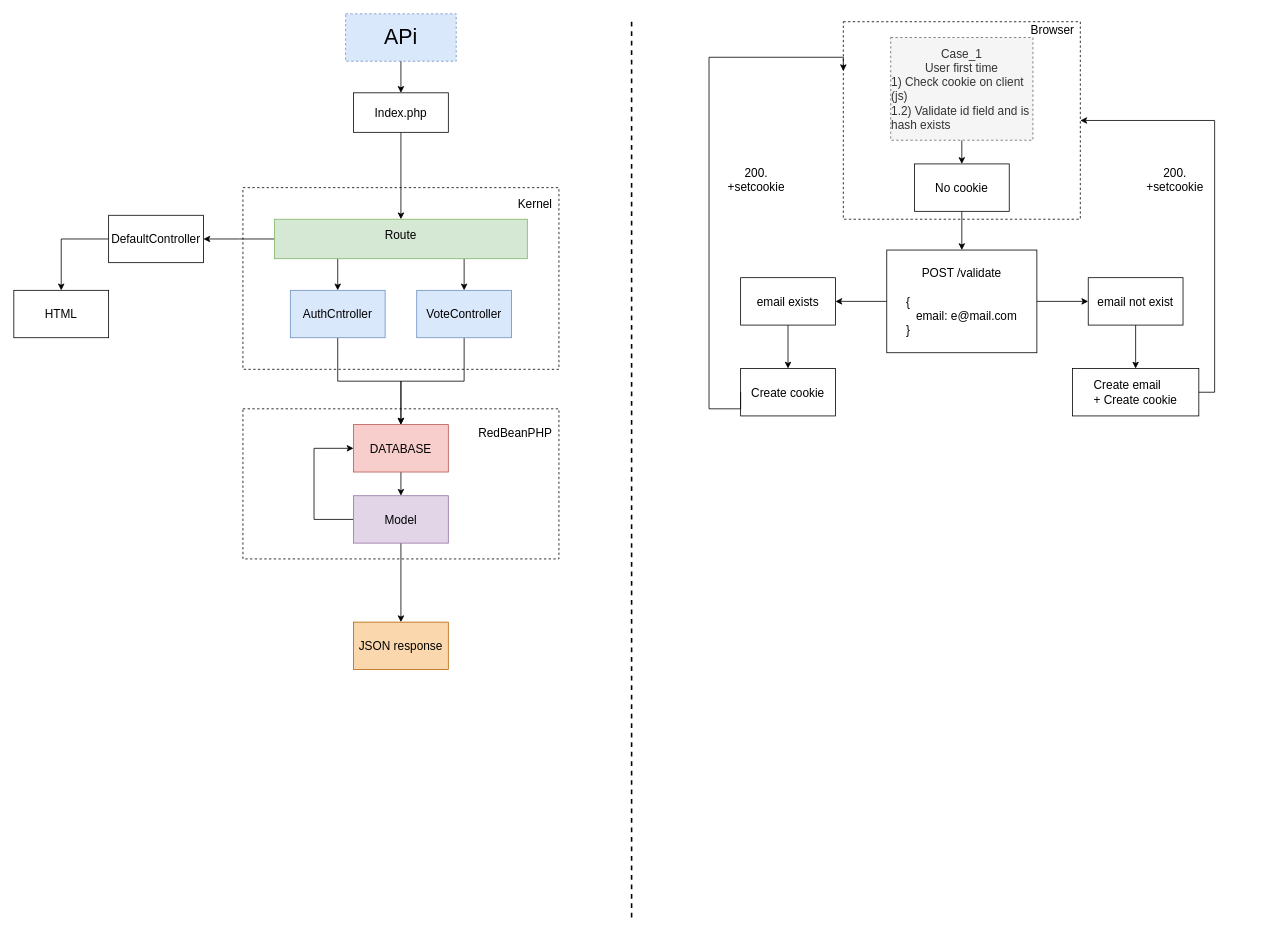
Before: doc/scheme.drawio in kirillzavorotni/cocktailvote, a draw.io diagram. Source tidied: cells renumbered, new cells numbered last; positions are measured from the earlier drawing's top-left corner, leaving out a move shared by most shapes. Both pictures are drawn from the tidied source at 79%, with x=0, y=0 at pixel (13, 13).
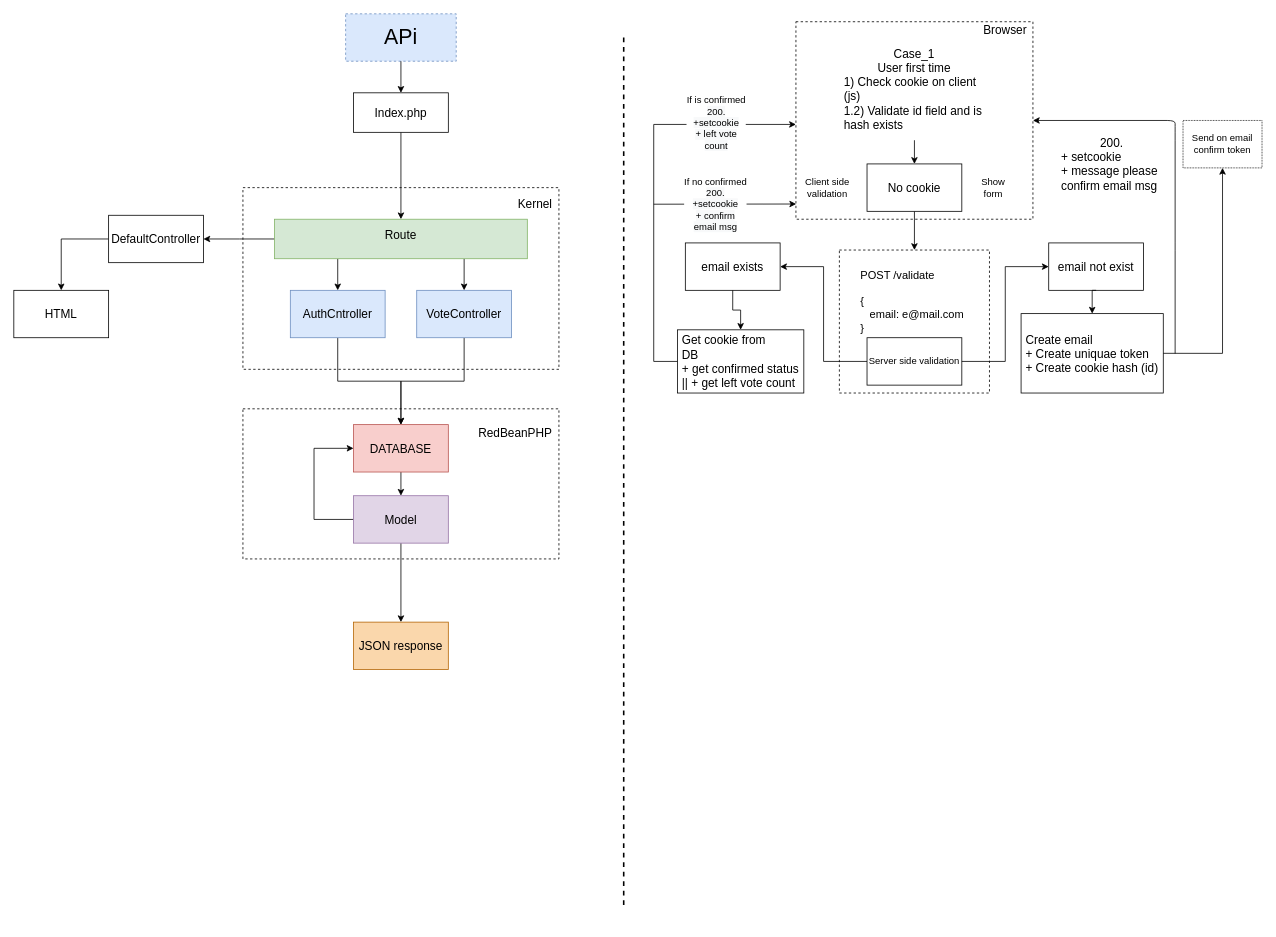
Above is the later version.

Commit message:
change scheme no cookie

Diff of the diagram source:
```diff
@@
+    <mxCell id="40" style="rounded=0;whiteSpace=wrap;html=1;strokeWidth=1;fillColor=none;fontSize=15;dashed=1;" parent="1" vertex="1">
+      <mxGeometry x="1045" y="299" width="190" height="181" as="geometry" />
+    </mxCell>
+    <mxCell id="52" style="edgeStyle=orthogonalEdgeStyle;rounded=0;jettySize=auto;html=1;entryX=0;entryY=0.5;entryDx=0;entryDy=0;" parent="1" edge="1" source="53" target="44">
+      <mxGeometry relative="1" as="geometry" />
+    </mxCell>
+    <mxCell id="53" value="&lt;span style=&quot;white-space: normal&quot;&gt;Server side validation&lt;/span&gt;" style="rounded=0;whiteSpace=wrap;html=1;fillColor=none;" parent="1" vertex="1">
+      <mxGeometry x="1080" y="410" width="120" height="60" as="geometry" />
+    </mxCell>
     <mxCell id="2" style="rounded=0;whiteSpace=wrap;html=1;strokeWidth=1;fillColor=none;fontSize=15;dashed=1;" parent="1" vertex="1">
-      <mxGeometry x="1050" y="10" width="300" height="250" as="geometry" />
+      <mxGeometry x="990" y="10" width="300" height="250" as="geometry" />
     </mxCell>
@@
     <mxCell id="32" style="line;strokeWidth=2;direction=south;html=1;dashed=1;fillColor=#ffffff;fontSize=15;" parent="1" vertex="1">
-      <mxGeometry x="777" y="10" width="10" height="1140" as="geometry" />
+      <mxGeometry x="767" y="30" width="10" height="1100" as="geometry" />
     </mxCell>
@@
-    <mxCell id="34" value="Case_1&lt;br&gt;User&amp;nbsp;first time&lt;br&gt;&lt;div style=&quot;text-align: left&quot;&gt;&lt;span&gt;1) Check cookie on client (js)&lt;br&gt;1.2) V&lt;/span&gt;&lt;span&gt;alidate id field and is hash exists&lt;/span&gt;&lt;/div&gt;" style="text;html=1;strokeColor=#666666;fillColor=#f5f5f5;align=center;verticalAlign=middle;whiteSpace=wrap;rounded=0;dashed=1;fontSize=15;fontColor=#333333;" parent="1" vertex="1">
-      <mxGeometry x="1110" y="30" width="180" height="130" as="geometry" />
+    <mxCell id="34" value="Case_1&lt;br&gt;User&amp;nbsp;first time&lt;br&gt;&lt;div style=&quot;text-align: left&quot;&gt;&lt;span&gt;1) Check cookie on client (js)&lt;br&gt;1.2) V&lt;/span&gt;&lt;span&gt;alidate id field and is hash exists&lt;/span&gt;&lt;/div&gt;" style="text;html=1;align=center;verticalAlign=middle;whiteSpace=wrap;rounded=0;dashed=1;fontSize=15;fillColor=none;flipV=0;flipH=1;" parent="1" vertex="1">
+      <mxGeometry x="1050" y="30" width="180" height="130" as="geometry" />
     </mxCell>
@@
     <mxCell id="36" value="No cookie" style="rounded=0;whiteSpace=wrap;html=1;strokeWidth=1;fillColor=#ffffff;fontSize=15;" parent="1" vertex="1">
-      <mxGeometry x="1140" y="190" width="120" height="60" as="geometry" />
+      <mxGeometry x="1080" y="190" width="120" height="60" as="geometry" />
     </mxCell>
     <mxCell id="37" value="Browser" style="text;html=1;strokeColor=none;fillColor=none;align=center;verticalAlign=middle;whiteSpace=wrap;rounded=0;fontSize=15;" parent="1" vertex="1">
-      <mxGeometry x="1295" y="10" width="40" height="20" as="geometry" />
+      <mxGeometry x="1235" y="10" width="40" height="20" as="geometry" />
     </mxCell>
-    <mxCell id="38" style="edgeStyle=orthogonalEdgeStyle;rounded=0;jettySize=auto;html=1;exitX=0;exitY=0.5;exitDx=0;exitDy=0;entryX=1;entryY=0.5;entryDx=0;entryDy=0;fontSize=15;" parent="1" edge="1" source="40" target="42">
+    <mxCell id="38" style="edgeStyle=orthogonalEdgeStyle;rounded=0;jettySize=auto;html=1;exitX=0;exitY=0.5;exitDx=0;exitDy=0;entryX=1;entryY=0.5;entryDx=0;entryDy=0;fontSize=15;" parent="1" edge="1" source="53" target="42">
       <mxGeometry relative="1" as="geometry" />
     </mxCell>
-    <mxCell id="39" style="edgeStyle=orthogonalEdgeStyle;rounded=0;jettySize=auto;html=1;exitX=1;exitY=0.5;exitDx=0;exitDy=0;fontSize=15;" parent="1" edge="1" source="40" target="44">
-      <mxGeometry relative="1" as="geometry" />
-    </mxCell>
-    <mxCell id="40" value="POST /validate&lt;br&gt;&lt;br&gt;&lt;div style=&quot;text-align: left&quot;&gt;&lt;span&gt;{&lt;/span&gt;&lt;/div&gt;&lt;div style=&quot;text-align: left&quot;&gt;&lt;span&gt;&amp;nbsp; &amp;nbsp;email: e@mail.com&lt;/span&gt;&lt;/div&gt;&lt;div style=&quot;text-align: left&quot;&gt;&lt;span&gt;}&lt;br&gt;&lt;/span&gt;&lt;/div&gt;" style="rounded=0;whiteSpace=wrap;html=1;strokeWidth=1;fillColor=none;fontSize=15;" parent="1" vertex="1">
-      <mxGeometry x="1105" y="299" width="190" height="130" as="geometry" />
-    </mxCell>
@@
     <mxCell id="42" value="email exists" style="rounded=0;whiteSpace=wrap;html=1;strokeWidth=1;fillColor=none;fontSize=15;" parent="1" vertex="1">
-      <mxGeometry x="920" y="334" width="120" height="60" as="geometry" />
+      <mxGeometry x="850" y="290" width="120" height="60" as="geometry" />
     </mxCell>
@@
     <mxCell id="44" value="email not exist" style="rounded=0;whiteSpace=wrap;html=1;strokeWidth=1;fillColor=none;fontSize=15;" parent="1" vertex="1">
-      <mxGeometry x="1360" y="334" width="120" height="60" as="geometry" />
+      <mxGeometry x="1310" y="290" width="120" height="60" as="geometry" />
     </mxCell>
-    <mxCell id="45" style="edgeStyle=orthogonalEdgeStyle;rounded=0;jettySize=auto;html=1;exitX=1;exitY=0.5;exitDx=0;exitDy=0;entryX=1;entryY=0.5;entryDx=0;entryDy=0;fontSize=15;" parent="1" edge="1" source="46" target="2">
-      <mxGeometry relative="1" as="geometry" />
-    </mxCell>
+    <mxCell id="54" style="edgeStyle=orthogonalEdgeStyle;rounded=0;jettySize=auto;html=1;exitX=1;exitY=0.5;exitDx=0;exitDy=0;entryX=0.5;entryY=1;entryDx=0;entryDy=0;" parent="1" edge="1" source="46" target="59">
+      <mxGeometry relative="1" as="geometry">
+        <Array as="points">
+          <mxPoint x="1530" y="430" />
+          <mxPoint x="1530" y="195" />
+        </Array>
+      </mxGeometry>
+    </mxCell>
-    <mxCell id="46" value="&lt;div style=&quot;text-align: justify&quot;&gt;&lt;span&gt;Create email&lt;/span&gt;&lt;/div&gt;&lt;div style=&quot;text-align: justify&quot;&gt;&lt;span&gt;+ Create cookie&lt;br&gt;&lt;/span&gt;&lt;/div&gt;" style="rounded=0;whiteSpace=wrap;html=1;strokeWidth=1;fillColor=none;fontSize=15;" parent="1" vertex="1">
-      <mxGeometry x="1340" y="449" width="160" height="60" as="geometry" />
+    <mxCell id="46" value="&lt;div style=&quot;text-align: justify&quot;&gt;&lt;span&gt;Create email&lt;/span&gt;&lt;/div&gt;&lt;div style=&quot;text-align: justify&quot;&gt;&lt;span&gt;+ Create uniquae token&lt;/span&gt;&lt;/div&gt;&lt;div style=&quot;text-align: justify&quot;&gt;&lt;span&gt;+ Create cookie hash (id)&lt;br&gt;&lt;/span&gt;&lt;/div&gt;" style="rounded=0;whiteSpace=wrap;html=1;strokeWidth=1;fillColor=none;fontSize=15;" parent="1" vertex="1">
+      <mxGeometry x="1275" y="379.5" width="180" height="100.5" as="geometry" />
     </mxCell>
-    <mxCell id="47" value="200.&lt;br&gt;+setcookie" style="text;html=1;strokeColor=none;fillColor=none;align=center;verticalAlign=middle;whiteSpace=wrap;rounded=0;fontSize=15;" parent="1" vertex="1">
-      <mxGeometry x="1450" y="200" width="40" height="20" as="geometry" />
+    <mxCell id="47" value="200.&lt;br&gt;&lt;div style=&quot;text-align: left&quot;&gt;&lt;span&gt;+ setcookie&lt;/span&gt;&lt;/div&gt;&lt;div style=&quot;text-align: left&quot;&gt;&lt;span&gt;+ message please confirm email msg&lt;/span&gt;&lt;/div&gt;" style="text;html=1;strokeColor=none;fillColor=none;align=center;verticalAlign=middle;whiteSpace=wrap;rounded=0;fontSize=15;" parent="1" vertex="1">
+      <mxGeometry x="1325" y="150" width="130" height="80" as="geometry" />
     </mxCell>
-    <mxCell id="48" style="edgeStyle=orthogonalEdgeStyle;rounded=0;jettySize=auto;html=1;entryX=0;entryY=0.25;entryDx=0;entryDy=0;fontSize=15;exitX=0;exitY=0.5;exitDx=0;exitDy=0;" parent="1" edge="1" source="49" target="2">
+    <mxCell id="48" style="edgeStyle=orthogonalEdgeStyle;rounded=0;jettySize=auto;html=1;fontSize=15;exitX=0;exitY=0.5;exitDx=0;exitDy=0;" parent="1" edge="1" source="49">
       <mxGeometry relative="1" as="geometry">
+        <mxPoint x="990" y="140" as="targetPoint" />
         <Array as="points">
-          <mxPoint x="880" y="500" />
-          <mxPoint x="880" y="55" />
+          <mxPoint x="810" y="440" />
+          <mxPoint x="810" y="140" />
         </Array>
       </mxGeometry>
     </mxCell>
+    <mxCell id="55" value="&lt;font style=&quot;font-size: 12px&quot;&gt;If is confirmed&lt;br&gt;&lt;span style=&quot;white-space: normal ; background-color: rgb(248 , 249 , 250)&quot;&gt;200.&lt;/span&gt;&lt;br style=&quot;white-space: normal ; background-color: rgb(248 , 249 , 250)&quot;&gt;&lt;span style=&quot;white-space: normal ; background-color: rgb(248 , 249 , 250)&quot;&gt;+setcookie&lt;br&gt;+ left vote count&lt;br&gt;&lt;/span&gt;&lt;/font&gt;" style="text;html=1;align=center;verticalAlign=middle;labelBackgroundColor=#ffffff;" parent="48" vertex="1">
+      <mxGeometry x="0.6" y="3" relative="1" as="geometry" />
+    </mxCell>
-    <mxCell id="49" value="Create cookie" style="rounded=0;whiteSpace=wrap;html=1;strokeWidth=1;fillColor=none;fontSize=15;" parent="1" vertex="1">
-      <mxGeometry x="920" y="449" width="120" height="60" as="geometry" />
+    <mxCell id="49" value="&lt;div style=&quot;text-align: justify&quot;&gt;&lt;span&gt;Get cookie from&lt;/span&gt;&lt;/div&gt;&lt;div style=&quot;text-align: justify&quot;&gt;&lt;span&gt;DB&lt;/span&gt;&lt;/div&gt;&lt;div style=&quot;text-align: justify&quot;&gt;&lt;span&gt;+ get confirmed status&lt;/span&gt;&lt;/div&gt;&lt;div style=&quot;text-align: justify&quot;&gt;&lt;span&gt;|| + get left vote count&lt;/span&gt;&lt;/div&gt;" style="rounded=0;whiteSpace=wrap;html=1;strokeWidth=1;fillColor=none;fontSize=15;" parent="1" vertex="1">
+      <mxGeometry x="840" y="400" width="160" height="80" as="geometry" />
     </mxCell>
-    <mxCell id="50" value="200.&lt;br&gt;+setcookie" style="text;html=1;strokeColor=none;fillColor=none;align=center;verticalAlign=middle;whiteSpace=wrap;rounded=0;fontSize=15;" parent="1" vertex="1">
-      <mxGeometry x="920" y="200" width="40" height="20" as="geometry" />
-    </mxCell>
-    <mxCell id="51" style="edgeStyle=orthogonalEdgeStyle;rounded=0;orthogonalLoop=1;jettySize=auto;html=1;exitX=0.5;exitY=1;exitDx=0;exitDy=0;fontSize=15;" parent="1" edge="1" source="46" target="46">
-      <mxGeometry relative="1" as="geometry" />
-    </mxCell>
+    <mxCell id="56" value="Show form" style="text;html=1;strokeColor=none;fillColor=none;align=center;verticalAlign=middle;whiteSpace=wrap;rounded=0;" parent="1" vertex="1">
+      <mxGeometry x="1220" y="210" width="40" height="20" as="geometry" />
+    </mxCell>
+    <mxCell id="57" value="Client side validation" style="text;html=1;strokeColor=none;fillColor=none;align=center;verticalAlign=middle;whiteSpace=wrap;rounded=0;" parent="1" vertex="1">
+      <mxGeometry x="990" y="210" width="80" height="20" as="geometry" />
+    </mxCell>
+    <mxCell id="58" value="&lt;div style=&quot;text-align: justify&quot;&gt;&lt;span style=&quot;font-size: 14px&quot;&gt;POST /validate&lt;/span&gt;&lt;/div&gt;&lt;font&gt;&lt;div style=&quot;text-align: justify&quot;&gt;&lt;span style=&quot;font-size: 14px&quot;&gt;&lt;br&gt;&lt;/span&gt;&lt;/div&gt;&lt;/font&gt;&lt;div style=&quot;text-align: justify ; font-size: 14px&quot;&gt;{&lt;/div&gt;&lt;div style=&quot;text-align: justify ; font-size: 14px&quot;&gt;&amp;nbsp; &amp;nbsp;email: e@mail.com&lt;/div&gt;&lt;div style=&quot;text-align: justify ; font-size: 14px&quot;&gt;}&lt;/div&gt;" style="text;html=1;strokeColor=none;fillColor=none;align=left;verticalAlign=middle;whiteSpace=wrap;rounded=0;dashed=1;dashPattern=1 1;" parent="1" vertex="1">
+      <mxGeometry x="1070" y="319" width="150" height="90" as="geometry" />
+    </mxCell>
+    <mxCell id="59" value="Send on email confirm token" style="rounded=0;whiteSpace=wrap;html=1;dashed=1;dashPattern=1 1;fillColor=#ffffff;" parent="1" vertex="1">
+      <mxGeometry x="1480" y="135" width="100" height="60" as="geometry" />
+    </mxCell>
+    <mxCell id="60" style="endArrow=classic;html=1;entryX=1;entryY=0.5;entryDx=0;entryDy=0;" parent="1" edge="1" target="2">
+      <mxGeometry relative="1" as="geometry">
+        <mxPoint x="1470" y="430" as="sourcePoint" />
+        <Array as="points">
+          <mxPoint x="1470" y="290" />
+          <mxPoint x="1470" y="150" />
+          <mxPoint x="1470" y="135" />
+        </Array>
+      </mxGeometry>
+    </mxCell>
+    <mxCell id="61" style="endArrow=classic;html=1;entryX=0.001;entryY=0.923;entryDx=0;entryDy=0;entryPerimeter=0;" parent="1" edge="1" target="2">
+      <mxGeometry relative="1" as="geometry">
+        <mxPoint x="810" y="241" as="sourcePoint" />
+      </mxGeometry>
+    </mxCell>
+    <mxCell id="62" value="If no confirmed&lt;br&gt;&lt;span style=&quot;white-space: normal ; background-color: rgb(248 , 249 , 250)&quot;&gt;200.&lt;/span&gt;&lt;br style=&quot;white-space: normal ; background-color: rgb(248 , 249 , 250)&quot;&gt;&lt;span style=&quot;white-space: normal ; background-color: rgb(248 , 249 , 250)&quot;&gt;+setcookie&lt;br&gt;+ confirm email msg&lt;/span&gt;" style="text;html=1;align=center;verticalAlign=middle;labelBackgroundColor=#ffffff;" parent="61" vertex="1">
+      <mxGeometry x="-0.14" relative="1" as="geometry" />
+    </mxCell>
```
